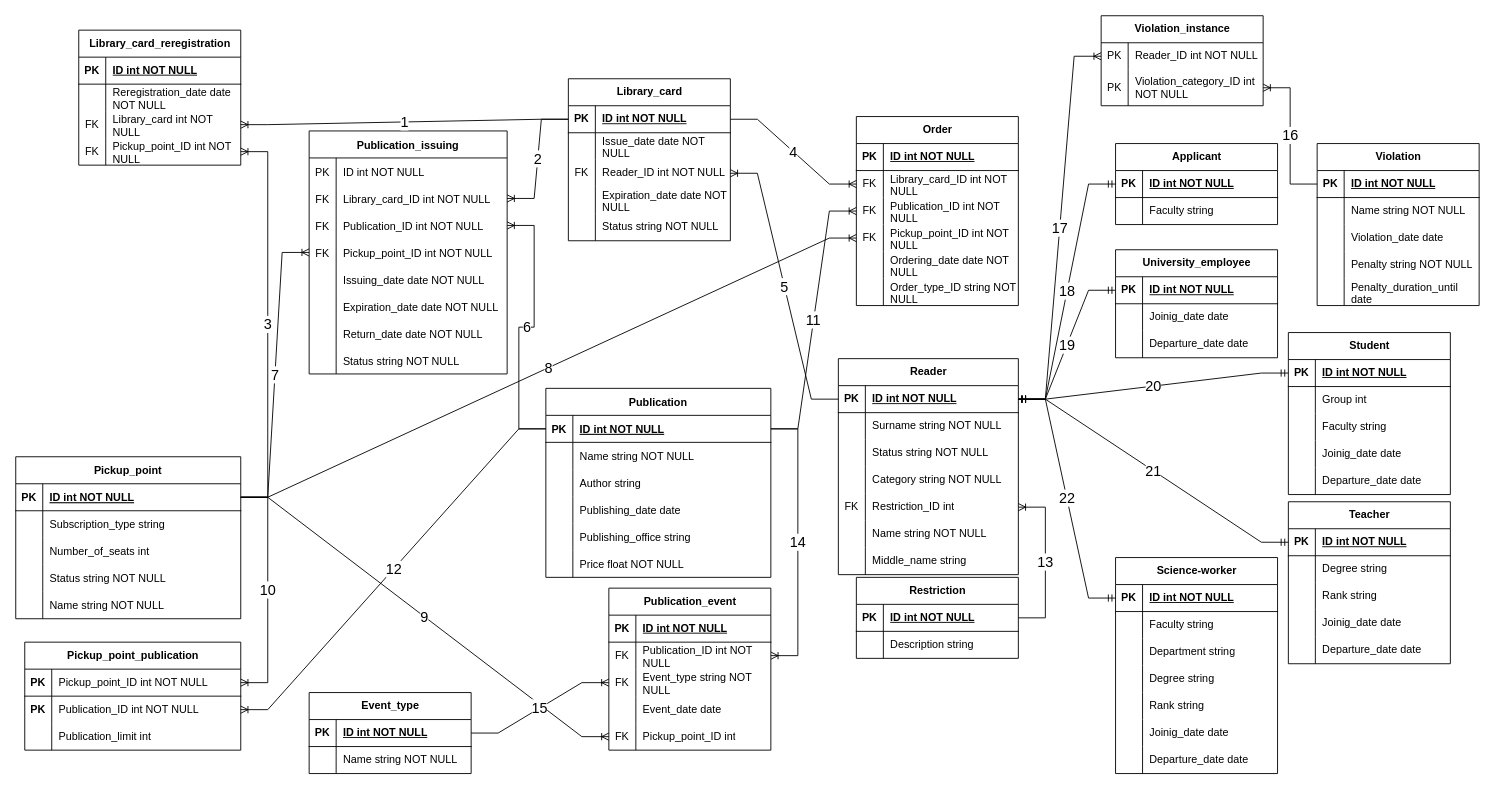
helttek/nsu keeps this draw.io diagram as university_library_project/er-model.drawio. Above is the earlier version. Source tidied: cells renumbered, new cells numbered last; positions are measured from the earlier drawing's top-left corner, leaving out a move shared by most shapes. Both pictures are drawn from the tidied source at 90%, with x=0, y=0 at pixel (15, 15).
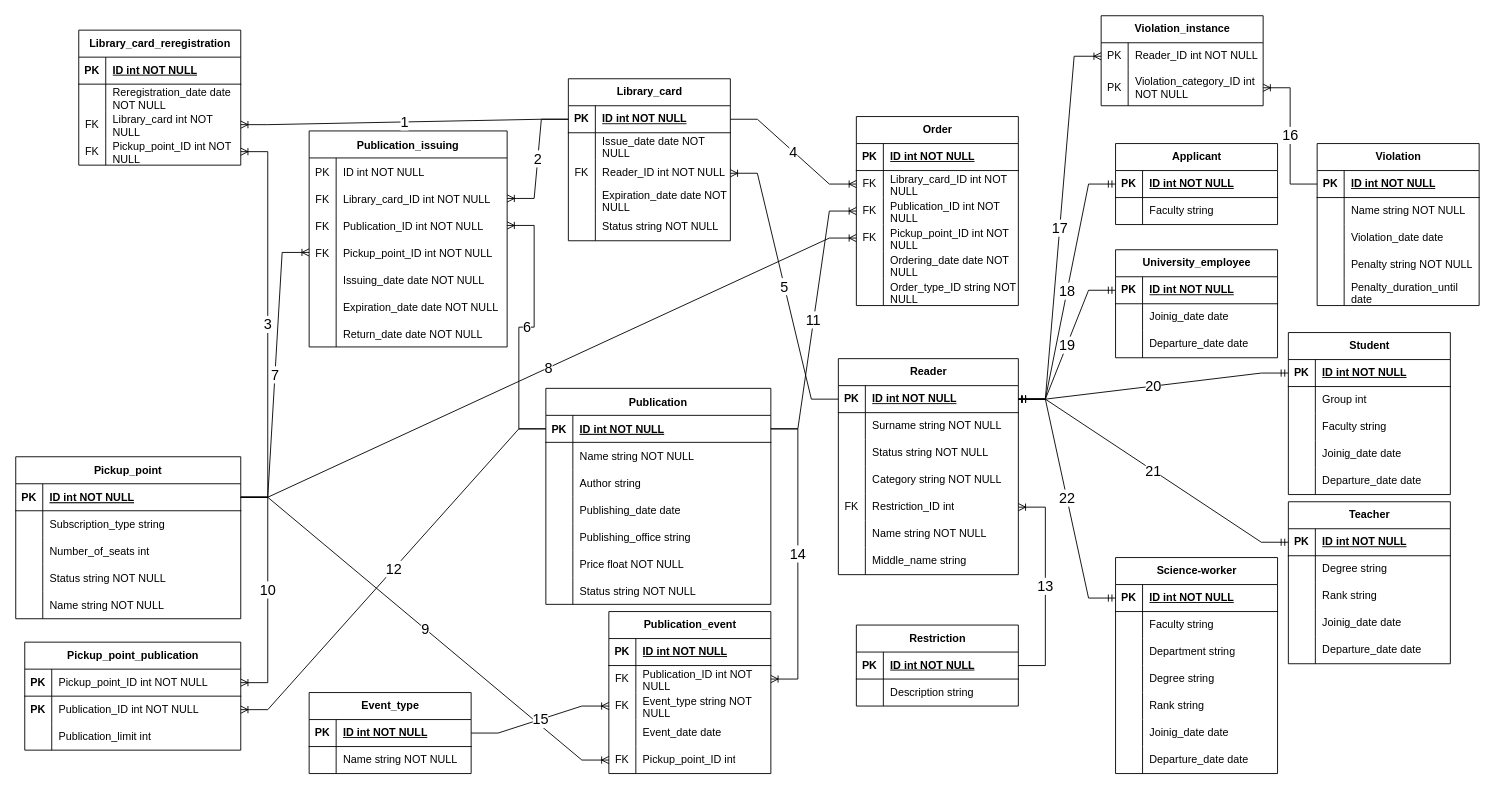
The same page after the edit.

Commit message (it also covers changes not shown here):
er-model update: moved status for publication from table 'Publication_issuing' to table 'Publication'

Diff of the diagram source:
```diff
@@
     <mxCell id="18" value="Publication_issuing" style="shape=table;startSize=30;childLayout=tableLayout;rowLines=0;fontStyle=1;align=center;" parent="1" vertex="1">
-      <mxGeometry x="326" y="128" width="220" height="270" as="geometry" />
+      <mxGeometry x="326" y="128" width="220" height="240" as="geometry" />
     </mxCell>
@@
-    <mxCell id="40" style="shape=partialRectangle;fillColor=none;top=0;left=0;right=0;bottom=0;" parent="18" vertex="1">
-      <mxGeometry y="240" width="220" height="30" as="geometry" />
-    </mxCell>
-    <mxCell id="41" style="shape=partialRectangle;overflow=hidden;fillColor=none;top=0;left=0;bottom=0;right=0;" parent="40" vertex="1">
-      <mxGeometry width="30" height="30" as="geometry" />
-    </mxCell>
-    <mxCell id="42" value="Status string NOT NULL" style="shape=partialRectangle;overflow=hidden;fillColor=none;top=0;left=0;bottom=0;right=0;align=left;spacingLeft=6;" parent="40" vertex="1">
-      <mxGeometry x="30" width="190" height="30" as="geometry" />
-    </mxCell>
     <mxCell id="43" value="Publication" style="shape=table;startSize=30;childLayout=tableLayout;rowLines=0;fontStyle=1;align=center;" parent="1" vertex="1">
-      <mxGeometry x="589" y="414" width="250" height="210" as="geometry" />
+      <mxGeometry x="589" y="414" width="250" height="240" as="geometry" />
     </mxCell>
@@
+    <mxCell id="288" style="shape=partialRectangle;fillColor=none;top=0;left=0;right=0;bottom=0;" parent="43" vertex="1">
+      <mxGeometry y="210" width="250" height="30" as="geometry" />
+    </mxCell>
+    <mxCell id="41" style="shape=partialRectangle;overflow=hidden;fillColor=none;top=0;left=0;bottom=0;right=0;" parent="288" vertex="1">
+      <mxGeometry width="30" height="30" as="geometry" />
+    </mxCell>
+    <mxCell id="42" value="Status string NOT NULL" style="shape=partialRectangle;overflow=hidden;fillColor=none;top=0;left=0;bottom=0;right=0;align=left;spacingLeft=6;" parent="288" vertex="1">
+      <mxGeometry x="30" width="220" height="30" as="geometry" />
+    </mxCell>
@@
     <mxCell id="152" value="Publication_event" style="shape=table;startSize=30;childLayout=tableLayout;rowLines=0;fontStyle=1;align=center;html=1;" parent="1" vertex="1">
-      <mxGeometry x="659" y="636" width="180" height="180" as="geometry" />
+      <mxGeometry x="659" y="662" width="180" height="180" as="geometry" />
     </mxCell>
@@
     <mxCell id="230" value="Restriction" style="shape=table;startSize=30;childLayout=tableLayout;rowLines=0;fontStyle=1;align=center;html=1;" parent="1" vertex="1">
-      <mxGeometry x="934" y="624" width="180" height="90" as="geometry" />
+      <mxGeometry x="934" y="677" width="180" height="90" as="geometry" />
     </mxCell>
```
